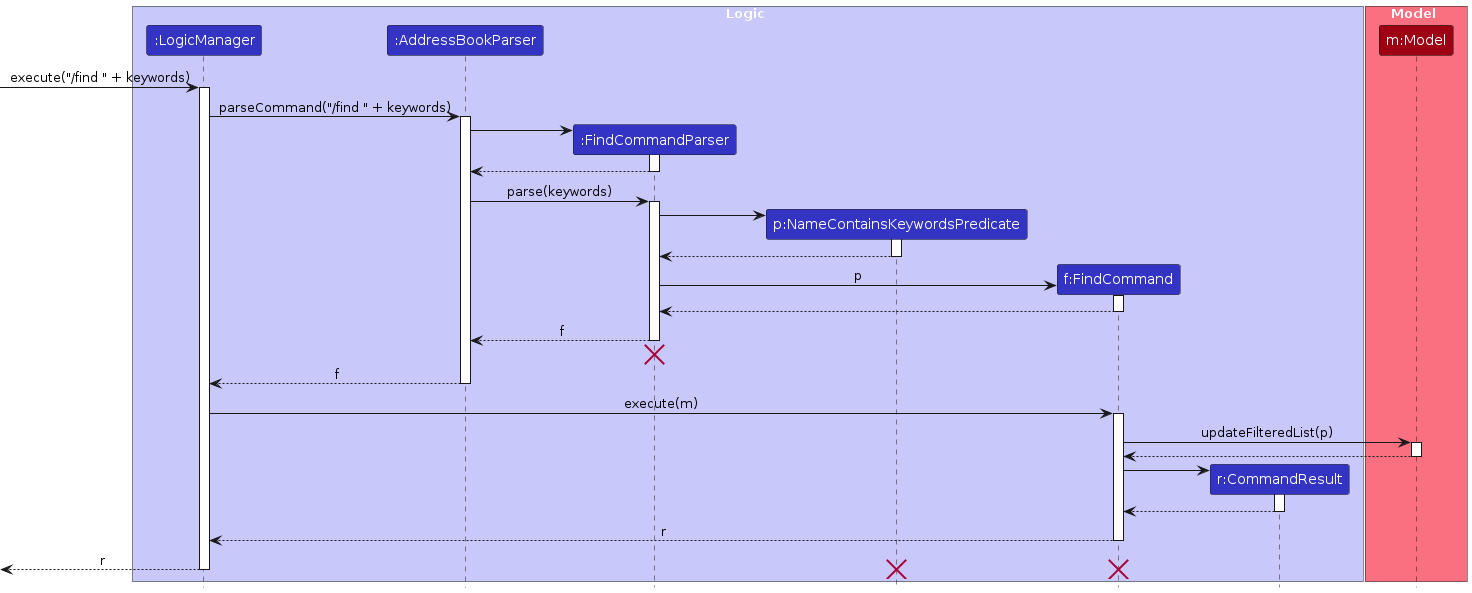
woke02/tp keeps this PlantUML diagram as diagrams/FindSequenceDiagram.png. Above is the earlier version. Its source is kept beside it as diagrams/FindSequenceDiagram.puml.
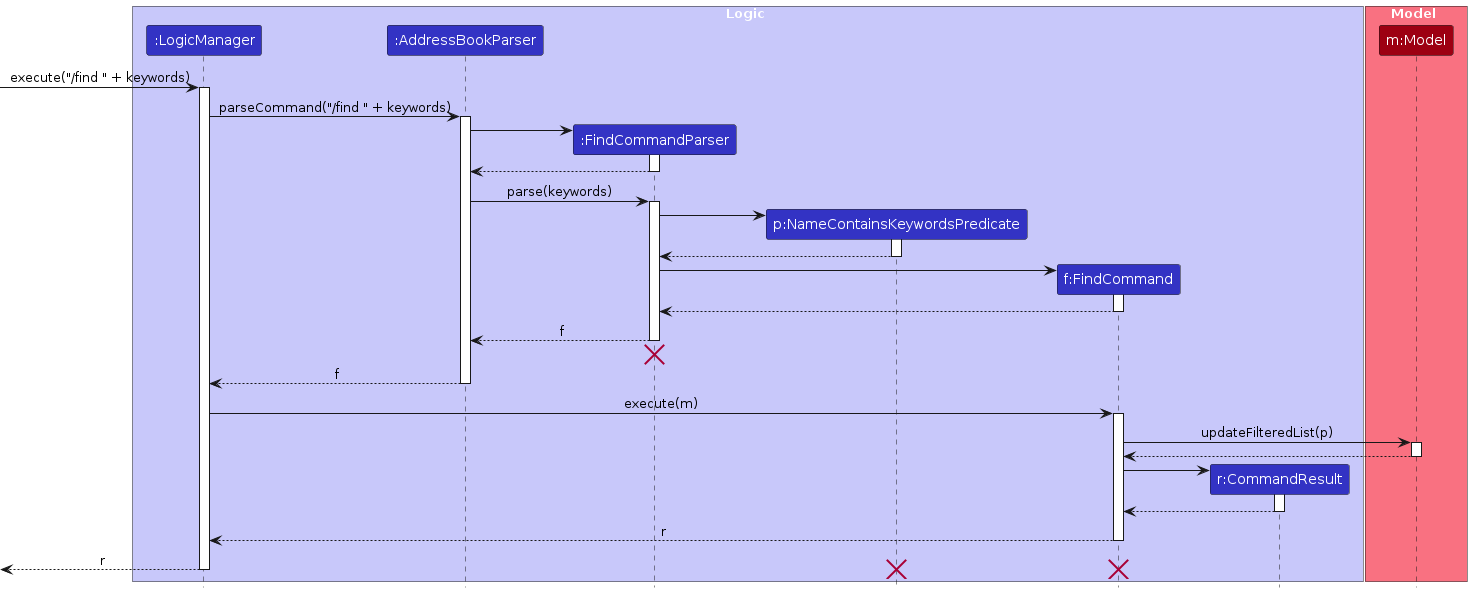
After the commit.

The edit, as a diff of the source:
```diff
@@ -39,7 +39,7 @@
 deactivate NameContainsKeywordsPredicate
 
 create FindCommand
-FindCommandParser -> FindCommand : p
+FindCommandParser -> FindCommand :
 activate FindCommand
 
 FindCommand --> FindCommandParser :
```
